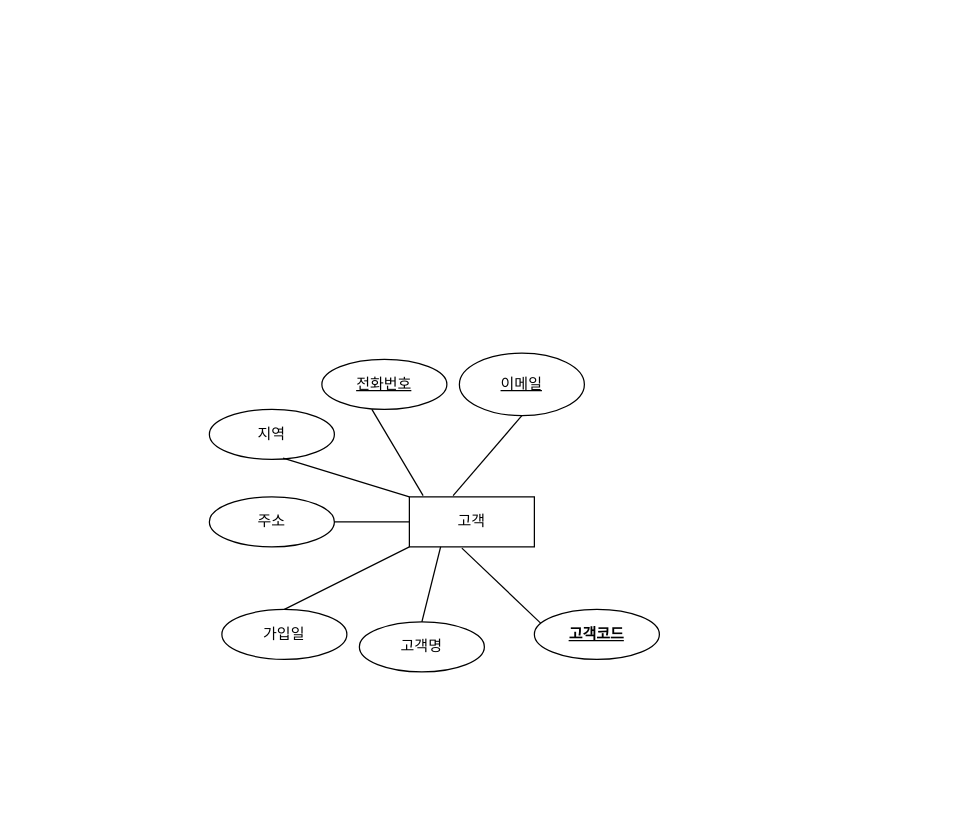
This is erd.drawio from ttuttae/ai8erd, a draw.io file, before an edit. Source tidied: cells renumbered, new cells numbered last; positions are measured from the earlier drawing's top-left corner, leaving out a move shared by most shapes. Both pictures are drawn from the tidied source at 125%, with x=0, y=0 at pixel (209, 352).
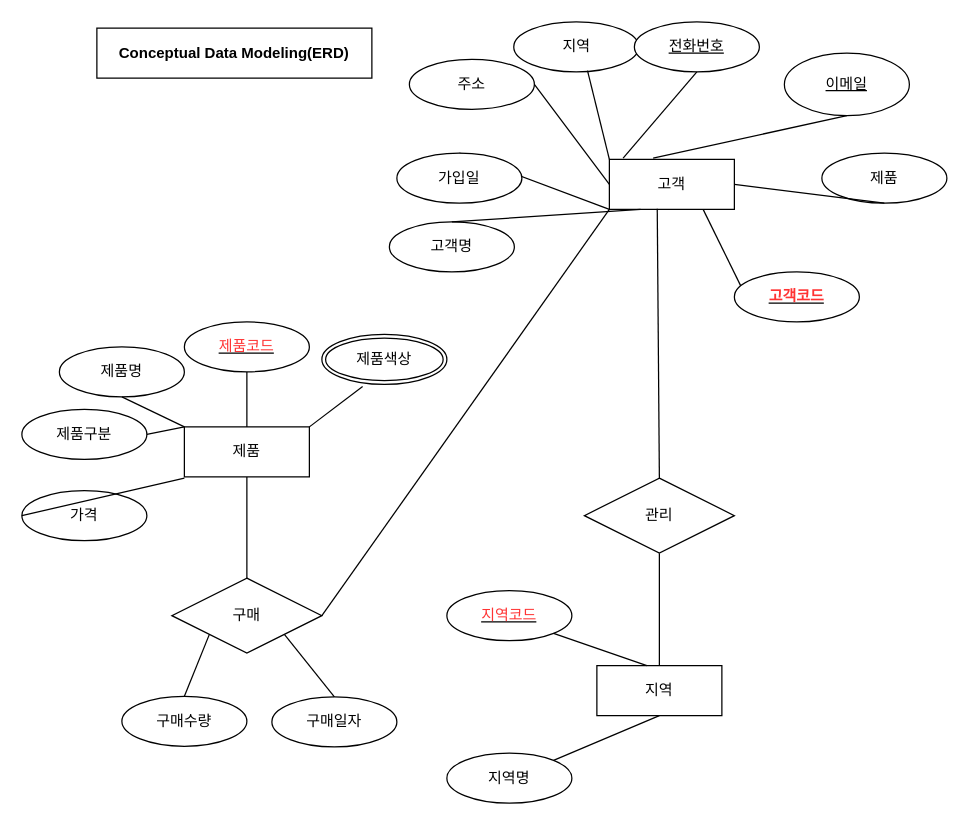
The same page after the edit.

Diff of the diagram source:
```diff
@@
     <mxCell id="2" value="고객" style="whiteSpace=wrap;html=1;align=center;" parent="1" vertex="1">
-      <mxGeometry x="160" y="115" width="100" height="40" as="geometry" />
+      <mxGeometry x="320" y="-155" width="100" height="40" as="geometry" />
     </mxCell>
     <mxCell id="3" value="고객명" style="ellipse;whiteSpace=wrap;html=1;align=center;" parent="1" vertex="1">
-      <mxGeometry x="120" y="215" width="100" height="40" as="geometry" />
+      <mxGeometry x="144" y="-105" width="100" height="40" as="geometry" />
     </mxCell>
@@
     <mxCell id="5" value="지역" style="ellipse;whiteSpace=wrap;html=1;align=center;" parent="1" vertex="1">
-      <mxGeometry y="45" width="100" height="40" as="geometry" />
+      <mxGeometry x="243.5" y="-265" width="100" height="40" as="geometry" />
     </mxCell>
     <mxCell id="6" value="주소" style="ellipse;whiteSpace=wrap;html=1;align=center;" parent="1" vertex="1">
-      <mxGeometry y="115" width="100" height="40" as="geometry" />
+      <mxGeometry x="160" y="-235" width="100" height="40" as="geometry" />
     </mxCell>
     <mxCell id="7" value="&lt;u&gt;이메일&lt;/u&gt;" style="ellipse;whiteSpace=wrap;html=1;align=center;" parent="1" vertex="1">
-      <mxGeometry x="200" width="100" height="50" as="geometry" />
+      <mxGeometry x="460" y="-240" width="100" height="50" as="geometry" />
     </mxCell>
     <mxCell id="8" value="&lt;u&gt;전화번호&lt;/u&gt;" style="ellipse;whiteSpace=wrap;html=1;align=center;" parent="1" vertex="1">
-      <mxGeometry x="90" y="5" width="100" height="40" as="geometry" />
+      <mxGeometry x="340" y="-265" width="100" height="40" as="geometry" />
     </mxCell>
@@
-    <mxCell id="12" style="endArrow=none;html=1;rounded=0;exitX=0.11;exitY=-0.025;exitDx=0;exitDy=0;exitPerimeter=0;" parent="1" edge="1" source="2">
-      <mxGeometry relative="1" as="geometry">
-        <mxPoint x="130" y="45" as="targetPoint" />
-      </mxGeometry>
+    <mxCell id="12" style="endArrow=none;html=1;rounded=0;exitX=0.11;exitY=-0.025;exitDx=0;exitDy=0;exitPerimeter=0;entryX=0.5;entryY=1;entryDx=0;entryDy=0;" parent="1" edge="1" source="2" target="8">
+      <mxGeometry relative="1" as="geometry" />
     </mxCell>
     <mxCell id="13" value="가입일" style="ellipse;whiteSpace=wrap;html=1;align=center;" parent="1" vertex="1">
-      <mxGeometry x="10" y="205" width="100" height="40" as="geometry" />
+      <mxGeometry x="150" y="-160" width="100" height="40" as="geometry" />
     </mxCell>
@@
-    <mxCell id="15" value="&lt;u&gt;&lt;b&gt;고객코드&lt;/b&gt;&lt;/u&gt;" style="ellipse;whiteSpace=wrap;html=1;align=center;" parent="1" vertex="1">
-      <mxGeometry x="260" y="205" width="100" height="40" as="geometry" />
+    <mxCell id="15" value="&lt;u&gt;&lt;b&gt;&lt;font color=&quot;#ff3333&quot;&gt;고객코드&lt;/font&gt;&lt;/b&gt;&lt;/u&gt;" style="ellipse;whiteSpace=wrap;html=1;align=center;" parent="1" vertex="1">
+      <mxGeometry x="420" y="-65" width="100" height="40" as="geometry" />
     </mxCell>
-    <mxCell id="16" style="endArrow=none;html=1;rounded=0;exitX=0.42;exitY=1.025;exitDx=0;exitDy=0;exitPerimeter=0;entryX=0.05;entryY=0.275;entryDx=0;entryDy=0;entryPerimeter=0;" parent="1" edge="1" source="2" target="15">
+    <mxCell id="16" style="endArrow=none;html=1;rounded=0;exitX=0.75;exitY=1;exitDx=0;exitDy=0;entryX=0.05;entryY=0.275;entryDx=0;entryDy=0;entryPerimeter=0;" parent="1" edge="1" source="2" target="15">
       <mxGeometry relative="1" as="geometry" />
     </mxCell>
+    <mxCell id="17" value="지역" style="whiteSpace=wrap;html=1;align=center;" parent="1" vertex="1">
+      <mxGeometry x="310" y="250" width="100" height="40" as="geometry" />
+    </mxCell>
+    <mxCell id="18" value="지역명" style="ellipse;whiteSpace=wrap;html=1;align=center;" parent="1" vertex="1">
+      <mxGeometry x="190" y="320" width="100" height="40" as="geometry" />
+    </mxCell>
+    <mxCell id="19" value="&lt;u&gt;&lt;font color=&quot;#ff3333&quot;&gt;지역코드&lt;/font&gt;&lt;/u&gt;" style="ellipse;whiteSpace=wrap;html=1;align=center;" parent="1" vertex="1">
+      <mxGeometry x="190" y="190" width="100" height="40" as="geometry" />
+    </mxCell>
+    <mxCell id="20" style="endArrow=none;html=1;rounded=0;exitX=1;exitY=0;exitDx=0;exitDy=0;entryX=0.5;entryY=1;entryDx=0;entryDy=0;" parent="1" edge="1" source="18" target="17">
+      <mxGeometry relative="1" as="geometry" />
+    </mxCell>
+    <mxCell id="21" style="endArrow=none;html=1;rounded=0;exitX=1;exitY=1;exitDx=0;exitDy=0;" parent="1" edge="1" source="19">
+      <mxGeometry relative="1" as="geometry">
+        <mxPoint x="350" y="250" as="targetPoint" />
+      </mxGeometry>
+    </mxCell>
+    <mxCell id="22" value="제품" style="whiteSpace=wrap;html=1;align=center;" parent="1" vertex="1">
+      <mxGeometry x="-20" y="59" width="100" height="40" as="geometry" />
+    </mxCell>
+    <mxCell id="23" value="제품" style="ellipse;whiteSpace=wrap;html=1;align=center;" parent="1" vertex="1">
+      <mxGeometry x="490" y="-160" width="100" height="40" as="geometry" />
+    </mxCell>
+    <mxCell id="24" style="endArrow=none;html=1;rounded=0;entryX=0.5;entryY=1;entryDx=0;entryDy=0;exitX=1;exitY=0.5;exitDx=0;exitDy=0;" parent="1" edge="1" source="2" target="23">
+      <mxGeometry relative="1" as="geometry" />
+    </mxCell>
+    <mxCell id="25" value="제품명" style="ellipse;whiteSpace=wrap;html=1;align=center;" parent="1" vertex="1">
+      <mxGeometry x="-120" y="-5" width="100" height="40" as="geometry" />
+    </mxCell>
+    <mxCell id="26" value="&lt;u&gt;&lt;font color=&quot;#ff3333&quot;&gt;제품코드&lt;/font&gt;&lt;/u&gt;" style="ellipse;whiteSpace=wrap;html=1;align=center;" parent="1" vertex="1">
+      <mxGeometry x="-20" y="-25" width="100" height="40" as="geometry" />
+    </mxCell>
+    <mxCell id="27" style="endArrow=none;html=1;rounded=0;entryX=0.5;entryY=1;entryDx=0;entryDy=0;exitX=0.5;exitY=0;exitDx=0;exitDy=0;" parent="1" edge="1" source="22" target="26">
+      <mxGeometry relative="1" as="geometry" />
+    </mxCell>
+    <mxCell id="28" value="제품구분" style="ellipse;whiteSpace=wrap;html=1;align=center;" parent="1" vertex="1">
+      <mxGeometry x="-150" y="45" width="100" height="40" as="geometry" />
+    </mxCell>
+    <mxCell id="29" style="endArrow=none;html=1;rounded=0;exitX=1;exitY=0.5;exitDx=0;exitDy=0;entryX=0;entryY=0;entryDx=0;entryDy=0;" parent="1" edge="1" source="28" target="22">
+      <mxGeometry relative="1" as="geometry" />
+    </mxCell>
+    <mxCell id="30" style="endArrow=none;html=1;rounded=0;entryX=0;entryY=0;entryDx=0;entryDy=0;exitX=0.5;exitY=1;exitDx=0;exitDy=0;" parent="1" edge="1" source="25" target="22">
+      <mxGeometry relative="1" as="geometry" />
+    </mxCell>
+    <mxCell id="31" value="제품색상" style="ellipse;shape=doubleEllipse;margin=3;whiteSpace=wrap;html=1;align=center;" parent="1" vertex="1">
+      <mxGeometry x="90" y="-15" width="100" height="40" as="geometry" />
+    </mxCell>
+    <mxCell id="32" style="endArrow=none;html=1;rounded=0;entryX=1;entryY=0;entryDx=0;entryDy=0;exitX=0.326;exitY=1.043;exitDx=0;exitDy=0;exitPerimeter=0;" parent="1" edge="1" source="31" target="22">
+      <mxGeometry relative="1" as="geometry" />
+    </mxCell>
+    <mxCell id="33" value="가격" style="ellipse;whiteSpace=wrap;html=1;align=center;" parent="1" vertex="1">
+      <mxGeometry x="-150" y="110" width="100" height="40" as="geometry" />
+    </mxCell>
+    <mxCell id="34" style="endArrow=none;html=1;rounded=0;entryX=0;entryY=0.5;entryDx=0;entryDy=0;" parent="1" edge="1" target="33">
+      <mxGeometry relative="1" as="geometry">
+        <mxPoint x="-20" y="100" as="sourcePoint" />
+      </mxGeometry>
+    </mxCell>
+    <mxCell id="35" value="관리" style="shape=rhombus;perimeter=rhombusPerimeter;whiteSpace=wrap;html=1;align=center;" parent="1" vertex="1">
+      <mxGeometry x="300" y="100" width="120" height="60" as="geometry" />
+    </mxCell>
+    <mxCell id="36" style="endArrow=none;html=1;rounded=0;entryX=0.5;entryY=0;entryDx=0;entryDy=0;exitX=0.383;exitY=0.989;exitDx=0;exitDy=0;exitPerimeter=0;" parent="1" edge="1" source="2" target="35">
+      <mxGeometry relative="1" as="geometry" />
+    </mxCell>
+    <mxCell id="37" style="endArrow=none;html=1;rounded=0;entryX=0.5;entryY=1;entryDx=0;entryDy=0;" parent="1" edge="1" target="35">
+      <mxGeometry relative="1" as="geometry">
+        <mxPoint x="360" y="250" as="sourcePoint" />
+      </mxGeometry>
+    </mxCell>
+    <mxCell id="38" style="endArrow=none;html=1;rounded=0;entryX=0;entryY=1;entryDx=0;entryDy=0;exitX=1;exitY=0.5;exitDx=0;exitDy=0;" parent="1" edge="1" source="39" target="2">
+      <mxGeometry relative="1" as="geometry" />
+    </mxCell>
+    <mxCell id="39" value="구매" style="shape=rhombus;perimeter=rhombusPerimeter;whiteSpace=wrap;html=1;align=center;" parent="1" vertex="1">
+      <mxGeometry x="-30" y="180" width="120" height="60" as="geometry" />
+    </mxCell>
+    <mxCell id="40" style="endArrow=none;html=1;rounded=0;exitX=0.5;exitY=1;exitDx=0;exitDy=0;entryX=0.5;entryY=0;entryDx=0;entryDy=0;" parent="1" edge="1" source="22" target="39">
+      <mxGeometry relative="1" as="geometry" />
+    </mxCell>
+    <mxCell id="41" value="구매일자" style="ellipse;whiteSpace=wrap;html=1;align=center;" parent="1" vertex="1">
+      <mxGeometry x="50" y="275" width="100" height="40" as="geometry" />
+    </mxCell>
+    <mxCell id="42" value="구매수량" style="ellipse;whiteSpace=wrap;html=1;align=center;" parent="1" vertex="1">
+      <mxGeometry x="-70" y="274.5" width="100" height="40" as="geometry" />
+    </mxCell>
+    <mxCell id="43" style="endArrow=none;html=1;rounded=0;exitX=0;exitY=1;exitDx=0;exitDy=0;entryX=0.5;entryY=0;entryDx=0;entryDy=0;" parent="1" edge="1" source="39" target="42">
+      <mxGeometry relative="1" as="geometry" />
+    </mxCell>
+    <mxCell id="44" style="endArrow=none;html=1;rounded=0;exitX=1;exitY=1;exitDx=0;exitDy=0;entryX=0.5;entryY=0;entryDx=0;entryDy=0;" parent="1" edge="1" source="39" target="41">
+      <mxGeometry relative="1" as="geometry" />
+    </mxCell>
+    <mxCell id="45" value="&lt;b&gt;Conceptual Data Modeling(ERD)&lt;/b&gt;" style="whiteSpace=wrap;html=1;align=center;" parent="1" vertex="1">
+      <mxGeometry x="-90" y="-260" width="220" height="40" as="geometry" />
+    </mxCell>
```
